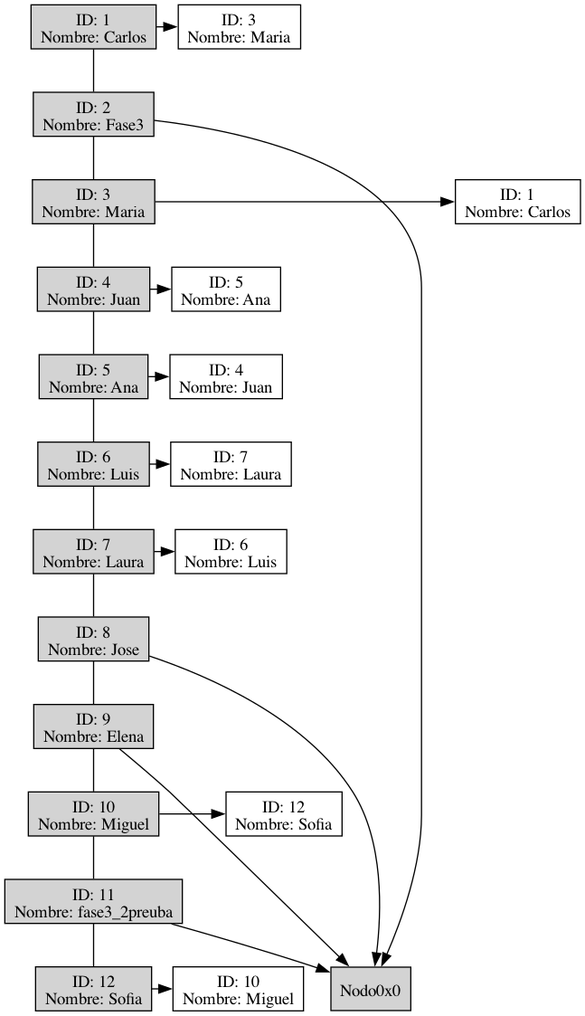
Before: fase3/usuarios/reportes/grafoLista.png, a diagram exported from Graphviz (Ggi0/-EDD-Proyecto_202100229). Its source is kept beside it as fase3/usuarios/reportes/grafoLista.dot.
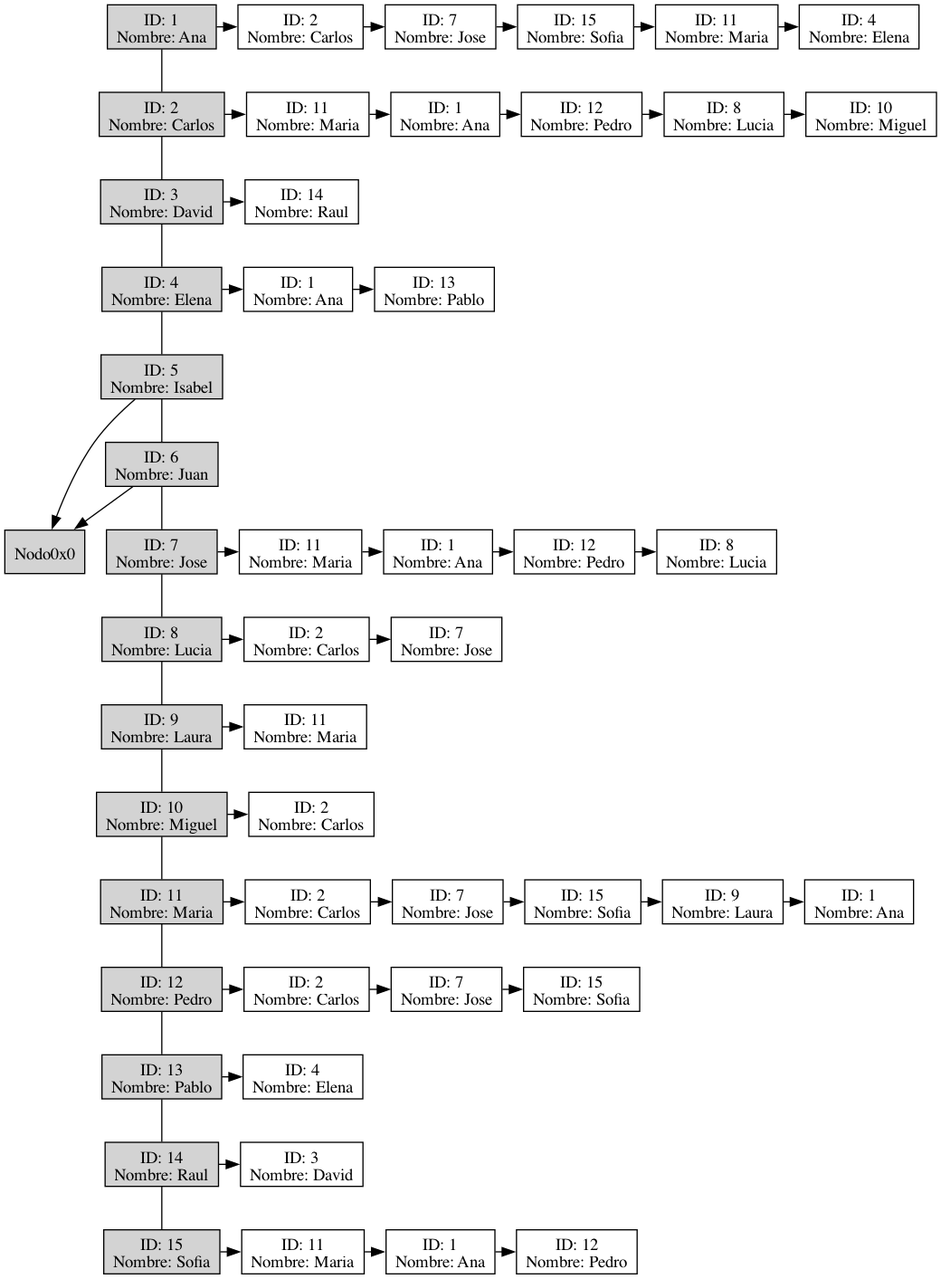
The same diagram one commit later.

The edit, as a diff of the source:
```diff
@@ -1,47 +1,103 @@
 digraph G {
 node[shape = "box" style = "filled"]
-Nodo1[label = "ID: 1\nNombre: Carlos" group = "1" fillcolor="lightgray"];
-Nodo1->Nodo2[dir = none];Nodo1->Nodo0x7f8c3bee8490;
-Nodo0x7f8c3bee8490[label = "ID: 3\nNombre: Maria" fillcolor = "white"];
-{rank=same;Nodo1;Nodo0x7f8c3bee8490}
-Nodo2[label = "ID: 2\nNombre: Fase3" group = "1" fillcolor="lightgray"];
-Nodo2->Nodo3[dir = none];Nodo2->Nodo0x0;
-{rank=same;Nodo2}
-Nodo3[label = "ID: 3\nNombre: Maria" group = "1" fillcolor="lightgray"];
-Nodo3->Nodo4[dir = none];Nodo3->Nodo0x7f8c3be75300;
-Nodo0x7f8c3be75300[label = "ID: 1\nNombre: Carlos" fillcolor = "white"];
-{rank=same;Nodo3;Nodo0x7f8c3be75300}
-Nodo4[label = "ID: 4\nNombre: Juan" group = "1" fillcolor="lightgray"];
-Nodo4->Nodo5[dir = none];Nodo4->Nodo0x7f8c41e11580;
-Nodo0x7f8c41e11580[label = "ID: 5\nNombre: Ana" fillcolor = "white"];
-{rank=same;Nodo4;Nodo0x7f8c41e11580}
-Nodo5[label = "ID: 5\nNombre: Ana" group = "1" fillcolor="lightgray"];
-Nodo5->Nodo6[dir = none];Nodo5->Nodo0x7f8c41e1b8d0;
-Nodo0x7f8c41e1b8d0[label = "ID: 4\nNombre: Juan" fillcolor = "white"];
-{rank=same;Nodo5;Nodo0x7f8c41e1b8d0}
-Nodo6[label = "ID: 6\nNombre: Luis" group = "1" fillcolor="lightgray"];
-Nodo6->Nodo7[dir = none];Nodo6->Nodo0x7f8c3be7eb50;
-Nodo0x7f8c3be7eb50[label = "ID: 7\nNombre: Laura" fillcolor = "white"];
-{rank=same;Nodo6;Nodo0x7f8c3be7eb50}
-Nodo7[label = "ID: 7\nNombre: Laura" group = "1" fillcolor="lightgray"];
-Nodo7->Nodo8[dir = none];Nodo7->Nodo0x7f8c41e17460;
-Nodo0x7f8c41e17460[label = "ID: 6\nNombre: Luis" fillcolor = "white"];
-{rank=same;Nodo7;Nodo0x7f8c41e17460}
-Nodo8[label = "ID: 8\nNombre: Jose" group = "1" fillcolor="lightgray"];
-Nodo8->Nodo9[dir = none];Nodo8->Nodo0x0;
-{rank=same;Nodo8}
-Nodo9[label = "ID: 9\nNombre: Elena" group = "1" fillcolor="lightgray"];
-Nodo9->Nodo10[dir = none];Nodo9->Nodo0x0;
-{rank=same;Nodo9}
+Nodo1[label = "ID: 1\nNombre: Ana" group = "1" fillcolor="lightgray"];
+Nodo1->Nodo2[dir = none];Nodo1->Nodo0x7f9f7cd60f10;
+Nodo0x7f9f7cd60f10[label = "ID: 2\nNombre: Carlos" fillcolor = "white"];
+Nodo0x7f9f7cd60f10->Nodo0x7f9f7cc75680;
+Nodo0x7f9f7cc75680[label = "ID: 7\nNombre: Jose" fillcolor = "white"];
+Nodo0x7f9f7cc75680->Nodo0x7f9f7cc73590;
+Nodo0x7f9f7cc73590[label = "ID: 15\nNombre: Sofia" fillcolor = "white"];
+Nodo0x7f9f7cc73590->Nodo0x7f9f7cc7cda0;
+Nodo0x7f9f7cc7cda0[label = "ID: 11\nNombre: Maria" fillcolor = "white"];
+Nodo0x7f9f7cc7cda0->Nodo0x7f9f7cc7d010;
+Nodo0x7f9f7cc7d010[label = "ID: 4\nNombre: Elena" fillcolor = "white"];
+{rank=same;Nodo1;Nodo0x7f9f7cd60f10;Nodo0x7f9f7cc75680;Nodo0x7f9f7cc73590;Nodo0x7f9f7cc7cda0;Nodo0x7f9f7cc7d010}
+Nodo2[label = "ID: 2\nNombre: Carlos" group = "1" fillcolor="lightgray"];
+Nodo2->Nodo3[dir = none];Nodo2->Nodo0x7f9f7cd60b40;
+Nodo0x7f9f7cd60b40[label = "ID: 11\nNombre: Maria" fillcolor = "white"];
+Nodo0x7f9f7cd60b40->Nodo0x7f9f7cd60db0;
+Nodo0x7f9f7cd60db0[label = "ID: 1\nNombre: Ana" fillcolor = "white"];
+Nodo0x7f9f7cd60db0->Nodo0x7f9f7ce1ff80;
+Nodo0x7f9f7ce1ff80[label = "ID: 12\nNombre: Pedro" fillcolor = "white"];
+Nodo0x7f9f7ce1ff80->Nodo0x7f9f7ce54530;
+Nodo0x7f9f7ce54530[label = "ID: 8\nNombre: Lucia" fillcolor = "white"];
+Nodo0x7f9f7ce54530->Nodo0x7f9f7ce55f20;
+Nodo0x7f9f7ce55f20[label = "ID: 10\nNombre: Miguel" fillcolor = "white"];
+{rank=same;Nodo2;Nodo0x7f9f7cd60b40;Nodo0x7f9f7cd60db0;Nodo0x7f9f7ce1ff80;Nodo0x7f9f7ce54530;Nodo0x7f9f7ce55f20}
+Nodo3[label = "ID: 3\nNombre: David" group = "1" fillcolor="lightgray"];
+Nodo3->Nodo4[dir = none];Nodo3->Nodo0x7f9f7cd61180;
+Nodo0x7f9f7cd61180[label = "ID: 14\nNombre: Raul" fillcolor = "white"];
+{rank=same;Nodo3;Nodo0x7f9f7cd61180}
+Nodo4[label = "ID: 4\nNombre: Elena" group = "1" fillcolor="lightgray"];
+Nodo4->Nodo5[dir = none];Nodo4->Nodo0x7f9f7cc7d170;
+Nodo0x7f9f7cc7d170[label = "ID: 1\nNombre: Ana" fillcolor = "white"];
+Nodo0x7f9f7cc7d170->Nodo0x7f9f7cd61290;
+Nodo0x7f9f7cd61290[label = "ID: 13\nNombre: Pablo" fillcolor = "white"];
+{rank=same;Nodo4;Nodo0x7f9f7cc7d170;Nodo0x7f9f7cd61290}
+Nodo5[label = "ID: 5\nNombre: Isabel" group = "1" fillcolor="lightgray"];
+Nodo5->Nodo6[dir = none];Nodo5->Nodo0x0;
+{rank=same;Nodo5}
+Nodo6[label = "ID: 6\nNombre: Juan" group = "1" fillcolor="lightgray"];
+Nodo6->Nodo7[dir = none];Nodo6->Nodo0x0;
+{rank=same;Nodo6}
+Nodo7[label = "ID: 7\nNombre: Jose" group = "1" fillcolor="lightgray"];
+Nodo7->Nodo8[dir = none];Nodo7->Nodo0x7f9f7ce64b30;
+Nodo0x7f9f7ce64b30[label = "ID: 11\nNombre: Maria" fillcolor = "white"];
+Nodo0x7f9f7ce64b30->Nodo0x7f9f7cc74fd0;
+Nodo0x7f9f7cc74fd0[label = "ID: 1\nNombre: Ana" fillcolor = "white"];
+Nodo0x7f9f7cc74fd0->Nodo0x7f9f7cc7beb0;
+Nodo0x7f9f7cc7beb0[label = "ID: 12\nNombre: Pedro" fillcolor = "white"];
+Nodo0x7f9f7cc7beb0->Nodo0x7f9f7cc7c830;
+Nodo0x7f9f7cc7c830[label = "ID: 8\nNombre: Lucia" fillcolor = "white"];
+{rank=same;Nodo7;Nodo0x7f9f7ce64b30;Nodo0x7f9f7cc74fd0;Nodo0x7f9f7cc7beb0;Nodo0x7f9f7cc7c830}
+Nodo8[label = "ID: 8\nNombre: Lucia" group = "1" fillcolor="lightgray"];
+Nodo8->Nodo9[dir = none];Nodo8->Nodo0x7f9f7ce55e60;
+Nodo0x7f9f7ce55e60[label = "ID: 2\nNombre: Carlos" fillcolor = "white"];
+Nodo0x7f9f7ce55e60->Nodo0x7f9f7cc7c770;
+Nodo0x7f9f7cc7c770[label = "ID: 7\nNombre: Jose" fillcolor = "white"];
+{rank=same;Nodo8;Nodo0x7f9f7ce55e60;Nodo0x7f9f7cc7c770}
+Nodo9[label = "ID: 9\nNombre: Laura" group = "1" fillcolor="lightgray"];
+Nodo9->Nodo10[dir = none];Nodo9->Nodo0x7f9f7cc7cc90;
+Nodo0x7f9f7cc7cc90[label = "ID: 11\nNombre: Maria" fillcolor = "white"];
+{rank=same;Nodo9;Nodo0x7f9f7cc7cc90}
 Nodo10[label = "ID: 10\nNombre: Miguel" group = "1" fillcolor="lightgray"];
-Nodo10->Nodo11[dir = none];Nodo10->Nodo0x7f8c41e16c50;
-Nodo0x7f8c41e16c50[label = "ID: 12\nNombre: Sofia" fillcolor = "white"];
-{rank=same;Nodo10;Nodo0x7f8c41e16c50}
-Nodo11[label = "ID: 11\nNombre: fase3_2preuba" group = "1" fillcolor="lightgray"];
-Nodo11->Nodo12[dir = none];Nodo11->Nodo0x0;
-{rank=same;Nodo11}
-Nodo12[label = "ID: 12\nNombre: Sofia" group = "1" fillcolor="lightgray"];
-Nodo12->Nodo0x7f8c3be6c800;
-Nodo0x7f8c3be6c800[label = "ID: 10\nNombre: Miguel" fillcolor = "white"];
-{rank=same;Nodo12;Nodo0x7f8c3be6c800}
+Nodo10->Nodo11[dir = none];Nodo10->Nodo0x7f9f7ce55fe0;
+Nodo0x7f9f7ce55fe0[label = "ID: 2\nNombre: Carlos" fillcolor = "white"];
+{rank=same;Nodo10;Nodo0x7f9f7ce55fe0}
+Nodo11[label = "ID: 11\nNombre: Maria" group = "1" fillcolor="lightgray"];
+Nodo11->Nodo12[dir = none];Nodo11->Nodo0x7f9f7cd60ca0;
+Nodo0x7f9f7cd60ca0[label = "ID: 2\nNombre: Carlos" fillcolor = "white"];
+Nodo0x7f9f7cd60ca0->Nodo0x7f9f7ce64a70;
+Nodo0x7f9f7ce64a70[label = "ID: 7\nNombre: Jose" fillcolor = "white"];
+Nodo0x7f9f7ce64a70->Nodo0x7f9f7cc7c190;
+Nodo0x7f9f7cc7c190[label = "ID: 15\nNombre: Sofia" fillcolor = "white"];
+Nodo0x7f9f7cc7c190->Nodo0x7f9f7cc7cb30;
+Nodo0x7f9f7cc7cb30[label = "ID: 9\nNombre: Laura" fillcolor = "white"];
+Nodo0x7f9f7cc7cb30->Nodo0x7f9f7cc7cf00;
+Nodo0x7f9f7cc7cf00[label = "ID: 1\nNombre: Ana" fillcolor = "white"];
+{rank=same;Nodo11;Nodo0x7f9f7cd60ca0;Nodo0x7f9f7ce64a70;Nodo0x7f9f7cc7c190;Nodo0x7f9f7cc7cb30;Nodo0x7f9f7cc7cf00}
+Nodo12[label = "ID: 12\nNombre: Pedro" group = "1" fillcolor="lightgray"];
+Nodo12->Nodo13[dir = none];Nodo12->Nodo0x7f9f7ce4a180;
+Nodo0x7f9f7ce4a180[label = "ID: 2\nNombre: Carlos" fillcolor = "white"];
+Nodo0x7f9f7ce4a180->Nodo0x7f9f7cc73e20;
+Nodo0x7f9f7cc73e20[label = "ID: 7\nNombre: Jose" fillcolor = "white"];
+Nodo0x7f9f7cc73e20->Nodo0x7f9f7cc731b0;
+Nodo0x7f9f7cc731b0[label = "ID: 15\nNombre: Sofia" fillcolor = "white"];
+{rank=same;Nodo12;Nodo0x7f9f7ce4a180;Nodo0x7f9f7cc73e20;Nodo0x7f9f7cc731b0}
+Nodo13[label = "ID: 13\nNombre: Pablo" group = "1" fillcolor="lightgray"];
+Nodo13->Nodo14[dir = none];Nodo13->Nodo0x7f9f7cd613f0;
+Nodo0x7f9f7cd613f0[label = "ID: 4\nNombre: Elena" fillcolor = "white"];
+{rank=same;Nodo13;Nodo0x7f9f7cd613f0}
+Nodo14[label = "ID: 14\nNombre: Raul" group = "1" fillcolor="lightgray"];
+Nodo14->Nodo15[dir = none];Nodo14->Nodo0x7f9f7cd61020;
+Nodo0x7f9f7cd61020[label = "ID: 3\nNombre: David" fillcolor = "white"];
+{rank=same;Nodo14;Nodo0x7f9f7cd61020}
+Nodo15[label = "ID: 15\nNombre: Sofia" group = "1" fillcolor="lightgray"];
+Nodo15->Nodo0x7f9f7cc7c2a0;
+Nodo0x7f9f7cc7c2a0[label = "ID: 11\nNombre: Maria" fillcolor = "white"];
+Nodo0x7f9f7cc7c2a0->Nodo0x7f9f7cc730f0;
+Nodo0x7f9f7cc730f0[label = "ID: 1\nNombre: Ana" fillcolor = "white"];
+Nodo0x7f9f7cc730f0->Nodo0x7f9f7cc7ca20;
+Nodo0x7f9f7cc7ca20[label = "ID: 12\nNombre: Pedro" fillcolor = "white"];
+{rank=same;Nodo15;Nodo0x7f9f7cc7c2a0;Nodo0x7f9f7cc730f0;Nodo0x7f9f7cc7ca20}
 }
```
